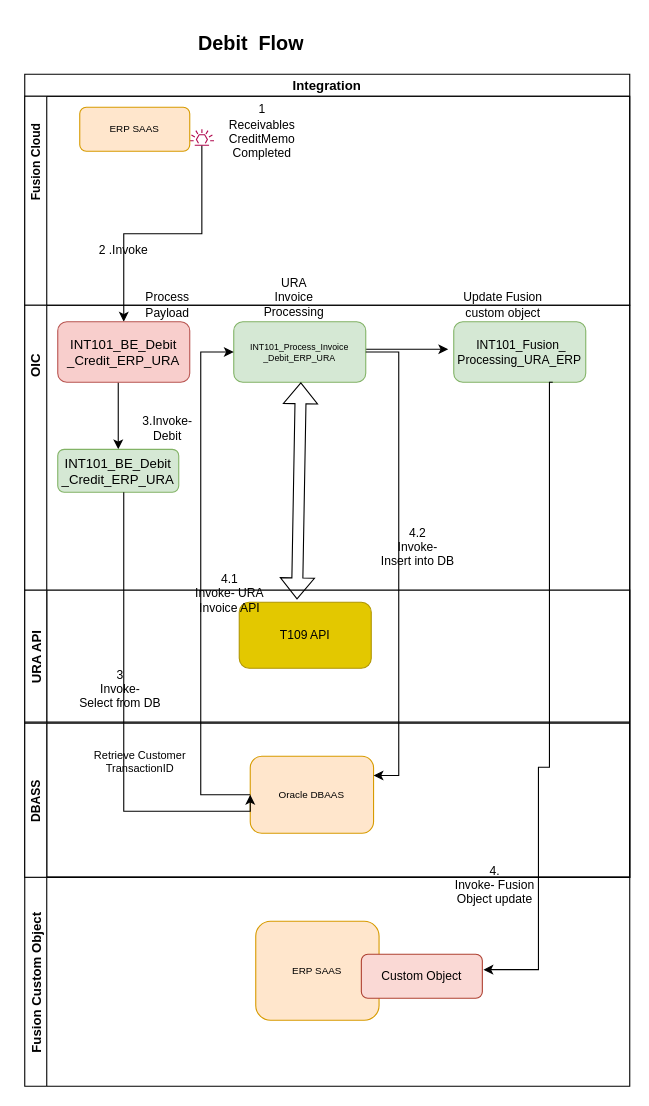
This is Debit-Flow Diagram.drawio from anantwag19/Workspace, a draw.io file, before an edit. Source tidied: cells renumbered, new cells numbered last; positions are measured from the earlier drawing's top-left corner, leaving out a move shared by most shapes. Both pictures are drawn from the tidied source at 110%, with x=0, y=0 at pixel (-14, 30).
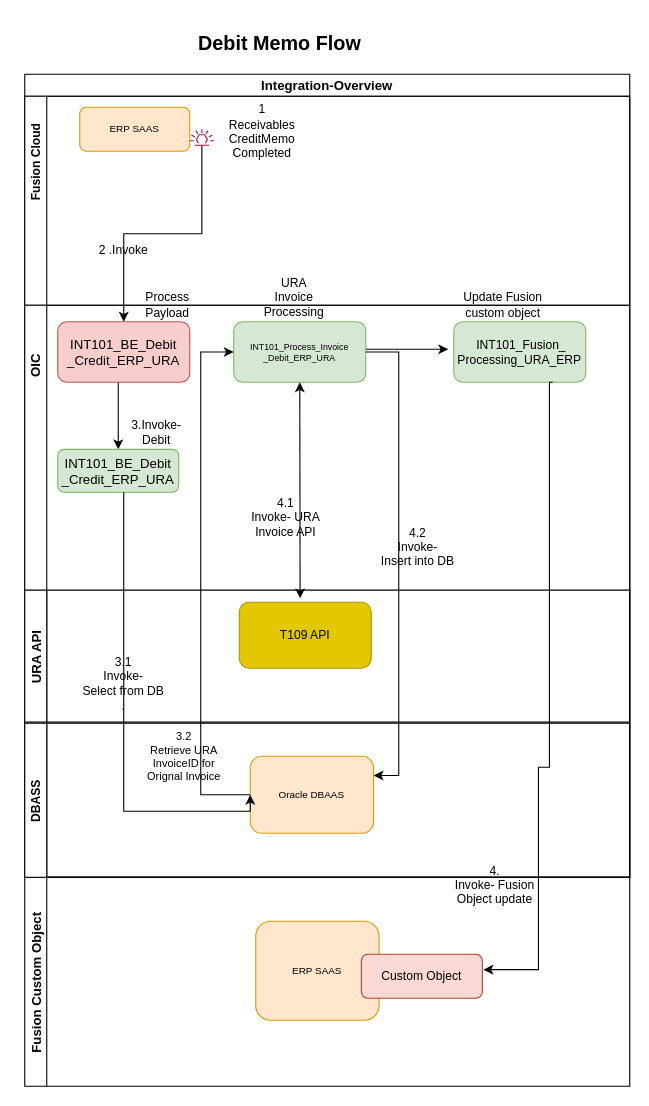
Above is the later version.

Unchanged cells that the change refers to:
```xml
<mxCell id="11" style="swimlane;startSize=20;horizontal=0;" parent="2" vertex="1">
  <mxGeometry y="210" width="550" height="520" as="geometry" />
</mxCell>
<mxCell id="16" value="&lt;div style=&quot;font-size: 8px&quot;&gt;&lt;span&gt;&lt;font style=&quot;font-size: 8px&quot;&gt;INT101_Process_Invoice&lt;/font&gt;&lt;/span&gt;&lt;/div&gt;&lt;div style=&quot;font-size: 8px&quot;&gt;&lt;span&gt;&lt;font style=&quot;font-size: 8px&quot;&gt;_Debit_ERP_URA &lt;/font&gt;&lt;/span&gt;&lt;/div&gt;" style="rounded=1;whiteSpace=wrap;html=1;fillColor=#d5e8d4;strokeColor=#82b366;fontStyle=0;" parent="11" vertex="1">
  <mxGeometry x="190" y="15" width="120" height="55" as="geometry" />
</mxCell>
<mxCell id="28" value="DBASS" style="swimlane;startSize=20;horizontal=0;fontSize=11;" parent="25" vertex="1">
  <mxGeometry y="-140" width="550" height="140" as="geometry" />
</mxCell>
<mxCell id="33" value="URA API" style="swimlane;startSize=20;horizontal=0;" parent="1" vertex="1">
  <mxGeometry x="35" y="509" width="550" height="120" as="geometry" />
</mxCell>
<mxCell id="34" value="T109 API " style="rounded=1;whiteSpace=wrap;html=1;fontSize=11;fillColor=#e3c800;fontColor=#000000;strokeColor=#B09500;" parent="33" vertex="1">
  <mxGeometry x="195" y="11" width="120" height="60" as="geometry" />
</mxCell>
```

The edit, as a diff of the source:
```diff
@@
-    <mxCell id="2" value="Integration " style="swimlane;horizontal=1;startSize=20;" parent="1" vertex="1">
+    <mxCell id="2" value="Integration-Overview" style="swimlane;horizontal=1;startSize=20;" parent="1" vertex="1">
       <mxGeometry x="35" y="40" width="550" height="730" as="geometry" />
     </mxCell>
@@
-    <mxCell id="19" style="shape=flexArrow;endArrow=classic;startArrow=classic;html=1;rounded=0;fontSize=9;exitX=0.593;exitY=-0.037;exitDx=0;exitDy=0;exitPerimeter=0;" parent="11" edge="1">
-      <mxGeometry relative="1" as="geometry">
-        <mxPoint x="247.5" y="267.4" as="sourcePoint" />
-        <mxPoint x="251" y="70" as="targetPoint" />
-      </mxGeometry>
-    </mxCell>
@@
     <mxCell id="22" value="3.Invoke-Debit " style="text;html=1;strokeColor=none;fillColor=none;align=center;verticalAlign=middle;whiteSpace=wrap;rounded=0;fontSize=11;" parent="11" vertex="1">
-      <mxGeometry x="100" y="97" width="60" height="30" as="geometry" />
+      <mxGeometry x="90" y="101" width="60" height="30" as="geometry" />
     </mxCell>
+    <mxCell id="35" value="&lt;div&gt;4.1&lt;/div&gt;&lt;div&gt;Invoke- URA Invoice API&lt;/div&gt;" style="text;html=1;strokeColor=none;fillColor=none;align=center;verticalAlign=middle;whiteSpace=wrap;rounded=0;fontSize=11;" parent="11" vertex="1">
+      <mxGeometry x="190" y="170" width="95" height="45" as="geometry" />
+    </mxCell>
-    <mxCell id="23" value="&lt;h1&gt;Debit&amp;nbsp; Flow &lt;br&gt;&lt;/h1&gt;&amp;nbsp;" style="text;html=1;strokeColor=none;fillColor=none;spacing=5;spacingTop=-20;whiteSpace=wrap;overflow=hidden;rounded=0;fontSize=9;" parent="1" vertex="1">
+    <mxCell id="23" value="&lt;h1&gt;Debit Memo Flow &lt;br&gt;&lt;/h1&gt;&amp;nbsp;" style="text;html=1;strokeColor=none;fillColor=none;spacing=5;spacingTop=-20;whiteSpace=wrap;overflow=hidden;rounded=0;fontSize=9;" parent="1" vertex="1">
       <mxGeometry x="187.5" width="245" height="40" as="geometry" />
     </mxCell>
@@
-    <mxCell id="31" value="&lt;div style=&quot;font-size: 10px;&quot;&gt;Retrieve Customer TransactionID&lt;br style=&quot;font-size: 10px;&quot;&gt;&lt;/div&gt;" style="text;html=1;strokeColor=none;fillColor=none;align=center;verticalAlign=middle;whiteSpace=wrap;rounded=0;fontSize=10;" parent="28" vertex="1">
-      <mxGeometry x="60" y="20" width="90" height="30" as="geometry" />
+    <mxCell id="31" value="3.2 &lt;br&gt;&lt;div style=&quot;font-size: 10px&quot;&gt;Retrieve URA InvoiceID for Orignal Invoice &lt;br style=&quot;font-size: 10px&quot;&gt;&lt;/div&gt;" style="text;html=1;strokeColor=none;fillColor=none;align=center;verticalAlign=middle;whiteSpace=wrap;rounded=0;fontSize=10;" parent="28" vertex="1">
+      <mxGeometry x="100" y="10" width="90" height="40" as="geometry" />
     </mxCell>
@@
-    <mxCell id="35" value="&lt;div&gt;4.1&lt;/div&gt;&lt;div&gt;Invoke- URA Invoice API&lt;/div&gt;" style="text;html=1;strokeColor=none;fillColor=none;align=center;verticalAlign=middle;whiteSpace=wrap;rounded=0;fontSize=11;" parent="33" vertex="1">
-      <mxGeometry x="139" y="-20" width="95" height="45" as="geometry" />
-    </mxCell>
-    <mxCell id="36" value="&lt;div&gt;3&lt;br&gt;&lt;/div&gt;&lt;div&gt;Invoke- &lt;br&gt;&lt;/div&gt;&lt;div&gt;Select from DB&lt;br&gt;&lt;/div&gt;" style="text;html=1;strokeColor=none;fillColor=none;align=center;verticalAlign=middle;whiteSpace=wrap;rounded=0;fontSize=11;" parent="33" vertex="1">
-      <mxGeometry x="44" y="70" width="86" height="40" as="geometry" />
+    <mxCell id="36" value="&lt;div&gt;3.1&lt;br&gt;&lt;/div&gt;&lt;div&gt;Invoke- &lt;br&gt;&lt;/div&gt;&lt;div&gt;Select from DB&lt;br&gt;&lt;/div&gt;." style="text;html=1;strokeColor=none;fillColor=none;align=center;verticalAlign=middle;whiteSpace=wrap;rounded=0;fontSize=11;" parent="33" vertex="1">
+      <mxGeometry x="50" y="60" width="80" height="50" as="geometry" />
     </mxCell>
@@
+    <mxCell id="40" style="endArrow=classic;startArrow=classic;html=1;rounded=0;fontSize=10;exitX=0.461;exitY=-0.059;exitDx=0;exitDy=0;exitPerimeter=0;" parent="1" edge="1" source="34" target="16">
+      <mxGeometry relative="1" as="geometry" />
+    </mxCell>
```
